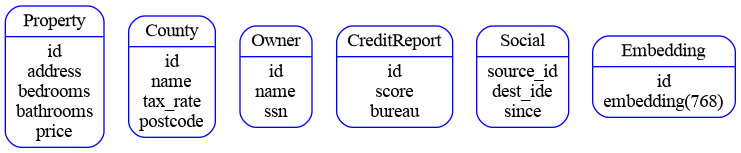
This is docs/datasources.png from maguec/SpannerPropertyGraph, a Graphviz export, as it was before one commit. Its source is kept beside it as docs/datasources.dot.
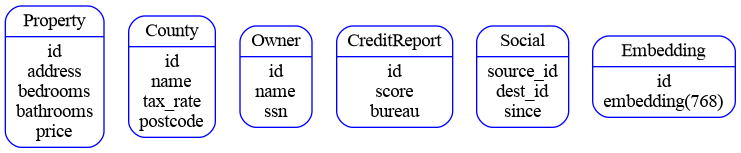
The same file after the commit.

Change to the diagram source:
```diff
@@ -4,6 +4,6 @@
   County [label="{<f0> County|<f1> id\nname\ntax_rate\npostcode}"];
   Owner [label="{<f0> Owner|<f1> id\nname\nssn}"];
   CreditReport [label="{<f0> CreditReport|<f1> id\nscore\nbureau}"];
-  Social [label="{<f0> Social|<f1> source_id\ndest_ide\nsince}"];
+  Social [label="{<f0> Social|<f1> source_id\ndest_id\nsince}"];
   Embedding [label="{<f0> Embedding|<f1> id\nembedding(768)}"];
 }
```
